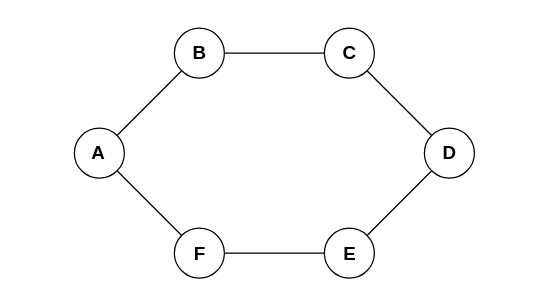
The draw.io diagram Biểu đồ không có tiêu đề.drawio in locboyf1/RollCall, before the edit. Source tidied: cells renumbered, new cells numbered last; positions are measured from the earlier drawing's top-left corner, leaving out a move shared by most shapes. Both pictures are drawn from the tidied source at 125%, with x=0, y=0 at pixel (21, 24).
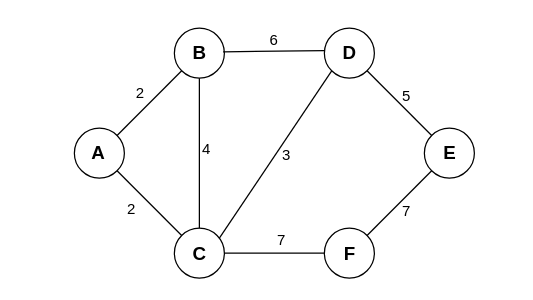
Above is the later version.

Commit message (it also covers changes not shown here):
Cập nhật Biểu đồ không có tiêu đề.drawio

The change refers to these unchanged cells:
```xml
<mxCell id="3" style="ellipse;whiteSpace=wrap;html=1;" parent="1" vertex="1">
  <mxGeometry x="122" y="3" width="40" height="40" as="geometry" />
</mxCell>
<mxCell id="6" style="ellipse;whiteSpace=wrap;html=1;" parent="1" vertex="1">
  <mxGeometry x="242" y="3" width="40" height="40" as="geometry" />
</mxCell>
<mxCell id="15" value="&lt;font style=&quot;font-size: 15px;&quot;&gt;B&lt;/font&gt;" style="text;strokeColor=none;fillColor=none;html=1;fontSize=24;fontStyle=1;verticalAlign=middle;align=center;" parent="1" vertex="1">
  <mxGeometry x="92" width="100" height="40" as="geometry" />
</mxCell>
```

The edit, as a diff of the source:
```diff
@@
-    <mxCell id="12" style="endArrow=none;html=1;rounded=0;entryX=0;entryY=0.5;entryDx=0;entryDy=0;exitX=1;exitY=0.5;exitDx=0;exitDy=0;" parent="1" edge="1" source="3" target="6">
-      <mxGeometry relative="1" as="geometry" />
-    </mxCell>
@@
     <mxCell id="16" value="&lt;font style=&quot;font-size: 15px;&quot;&gt;D&lt;/font&gt;" style="text;strokeColor=none;fillColor=none;html=1;fontSize=24;fontStyle=1;verticalAlign=middle;align=center;" parent="1" vertex="1">
-      <mxGeometry x="292" y="80" width="100" height="40" as="geometry" />
+      <mxGeometry x="212" width="100" height="40" as="geometry" />
     </mxCell>
     <mxCell id="17" value="&lt;font style=&quot;font-size: 15px;&quot;&gt;C&lt;/font&gt;" style="text;strokeColor=none;fillColor=none;html=1;fontSize=24;fontStyle=1;verticalAlign=middle;align=center;" parent="1" vertex="1">
-      <mxGeometry x="212" width="100" height="40" as="geometry" />
+      <mxGeometry x="92" y="161" width="100" height="40" as="geometry" />
     </mxCell>
     <mxCell id="18" value="&lt;font style=&quot;font-size: 15px;&quot;&gt;E&lt;/font&gt;" style="text;strokeColor=none;fillColor=none;html=1;fontSize=24;fontStyle=1;verticalAlign=middle;align=center;" parent="1" vertex="1">
-      <mxGeometry x="212" y="161" width="100" height="40" as="geometry" />
+      <mxGeometry x="292" y="80" width="100" height="40" as="geometry" />
     </mxCell>
     <mxCell id="19" value="&lt;font style=&quot;font-size: 15px;&quot;&gt;F&lt;/font&gt;" style="text;strokeColor=none;fillColor=none;html=1;fontSize=24;fontStyle=1;verticalAlign=middle;align=center;" parent="1" vertex="1">
-      <mxGeometry x="92" y="161" width="100" height="40" as="geometry" />
+      <mxGeometry x="212" y="161" width="100" height="40" as="geometry" />
     </mxCell>
+    <mxCell id="20" value="2" style="text;html=1;align=center;verticalAlign=middle;whiteSpace=wrap;rounded=0;" parent="1" vertex="1">
+      <mxGeometry x="65" y="40" width="60" height="30" as="geometry" />
+    </mxCell>
+    <mxCell id="21" value="4" style="text;html=1;align=center;verticalAlign=middle;whiteSpace=wrap;rounded=0;" parent="1" vertex="1">
+      <mxGeometry x="118" y="85" width="60" height="30" as="geometry" />
+    </mxCell>
+    <mxCell id="22" style="endArrow=none;html=1;rounded=0;entryX=0.3;entryY=0.525;entryDx=0;entryDy=0;entryPerimeter=0;exitX=0.69;exitY=0.55;exitDx=0;exitDy=0;exitPerimeter=0;" parent="1" edge="1" source="15" target="16">
+      <mxGeometry relative="1" as="geometry" />
+    </mxCell>
+    <mxCell id="23" value="6" style="text;html=1;align=center;verticalAlign=middle;whiteSpace=wrap;rounded=0;" parent="1" vertex="1">
+      <mxGeometry x="172" y="-2" width="60" height="30" as="geometry" />
+    </mxCell>
+    <mxCell id="24" style="endArrow=none;html=1;rounded=0;exitX=0.5;exitY=1;exitDx=0;exitDy=0;" parent="1" edge="1" source="3">
+      <mxGeometry relative="1" as="geometry">
+        <mxPoint x="142" y="163" as="targetPoint" />
+      </mxGeometry>
+    </mxCell>
+    <mxCell id="25" value="2" style="text;html=1;align=center;verticalAlign=middle;whiteSpace=wrap;rounded=0;" parent="1" vertex="1">
+      <mxGeometry x="58" y="133" width="60" height="30" as="geometry" />
+    </mxCell>
+    <mxCell id="26" value="3" style="text;html=1;align=center;verticalAlign=middle;whiteSpace=wrap;rounded=0;" parent="1" vertex="1">
+      <mxGeometry x="182" y="90" width="60" height="30" as="geometry" />
+    </mxCell>
+    <mxCell id="27" value="5" style="text;html=1;align=center;verticalAlign=middle;whiteSpace=wrap;rounded=0;" parent="1" vertex="1">
+      <mxGeometry x="278" y="43" width="60" height="30" as="geometry" />
+    </mxCell>
+    <mxCell id="28" value="7" style="text;html=1;align=center;verticalAlign=middle;whiteSpace=wrap;rounded=0;" parent="1" vertex="1">
+      <mxGeometry x="278" y="135" width="60" height="30" as="geometry" />
+    </mxCell>
+    <mxCell id="29" style="endArrow=none;html=1;rounded=0;entryX=0;entryY=1;entryDx=0;entryDy=0;exitX=0.66;exitY=0.25;exitDx=0;exitDy=0;exitPerimeter=0;" parent="1" edge="1" source="17" target="6">
+      <mxGeometry relative="1" as="geometry" />
+    </mxCell>
+    <mxCell id="30" value="7" style="text;html=1;align=center;verticalAlign=middle;whiteSpace=wrap;rounded=0;" parent="1" vertex="1">
+      <mxGeometry x="178" y="158" width="60" height="30" as="geometry" />
+    </mxCell>
```
